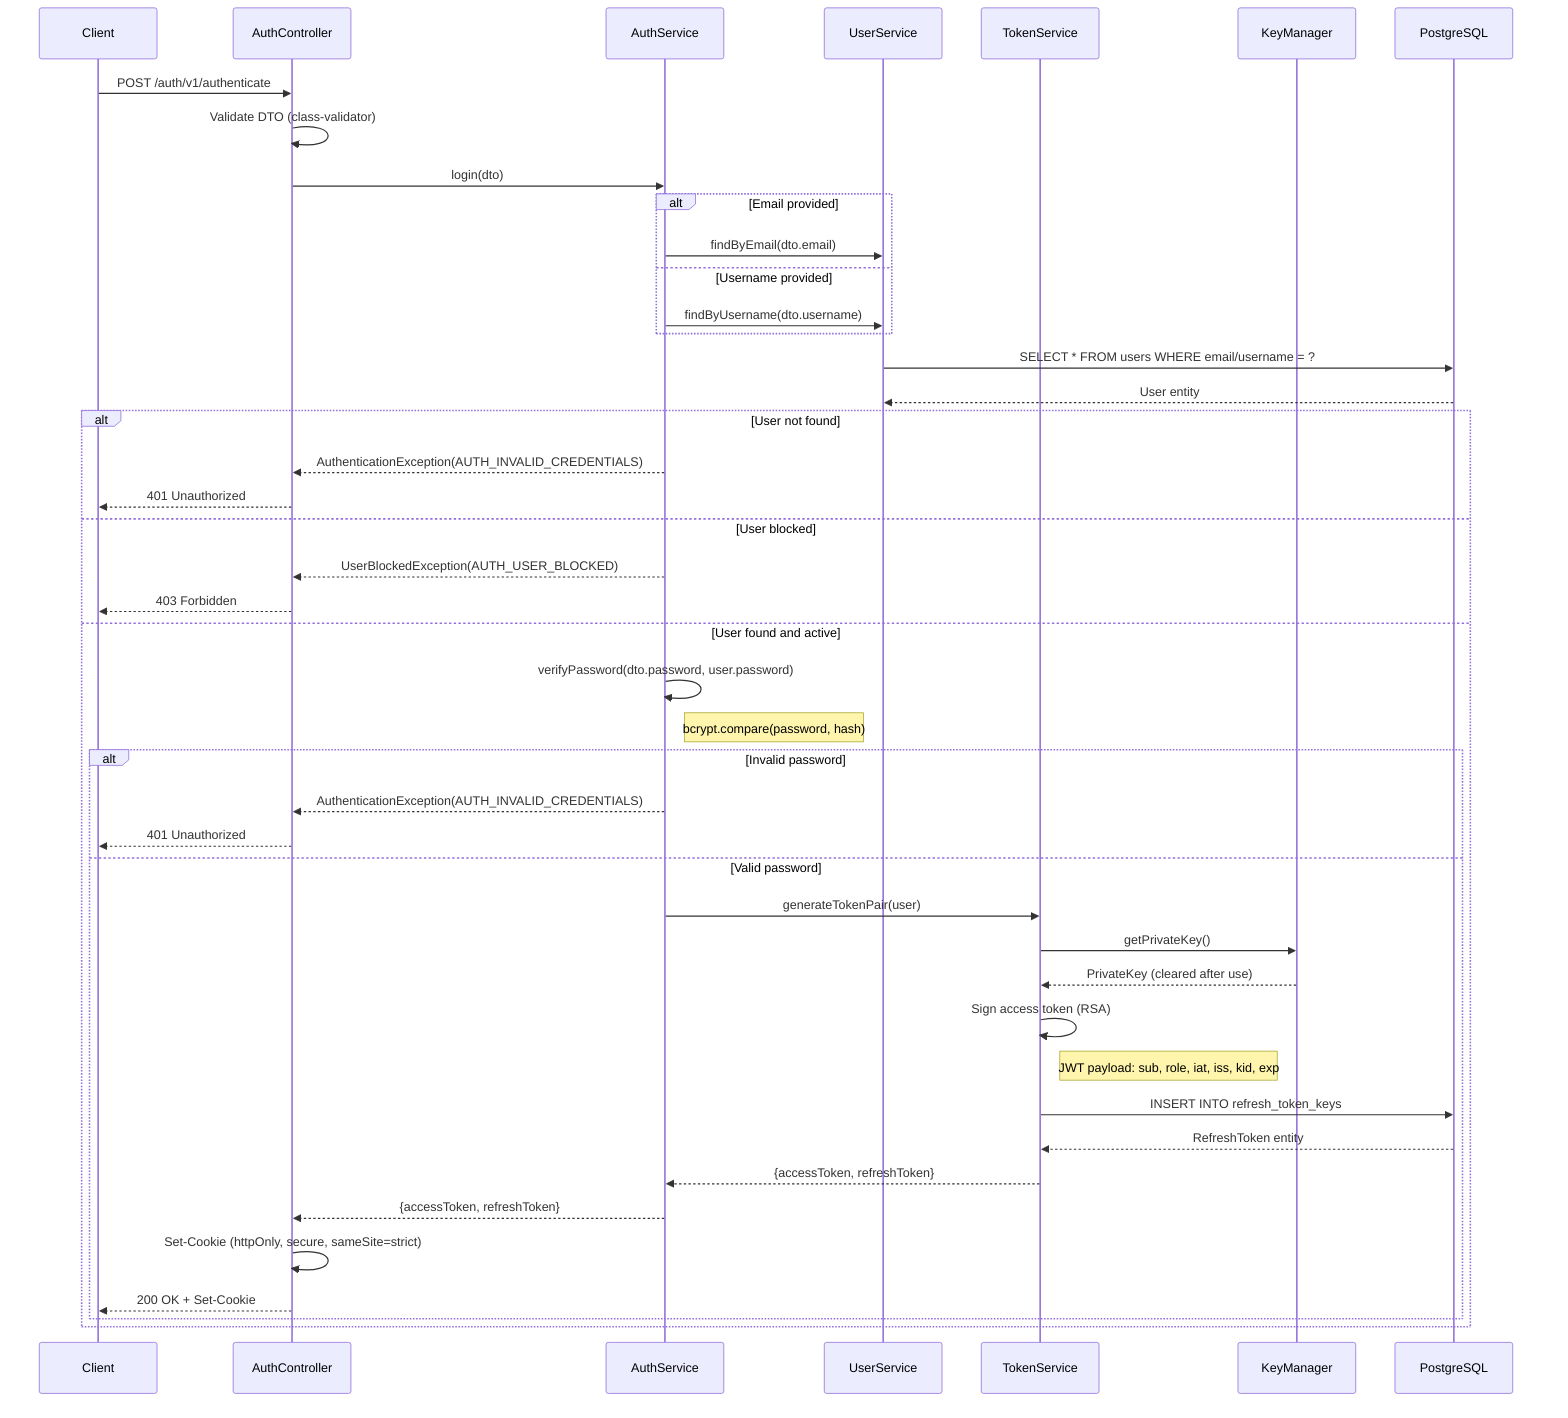
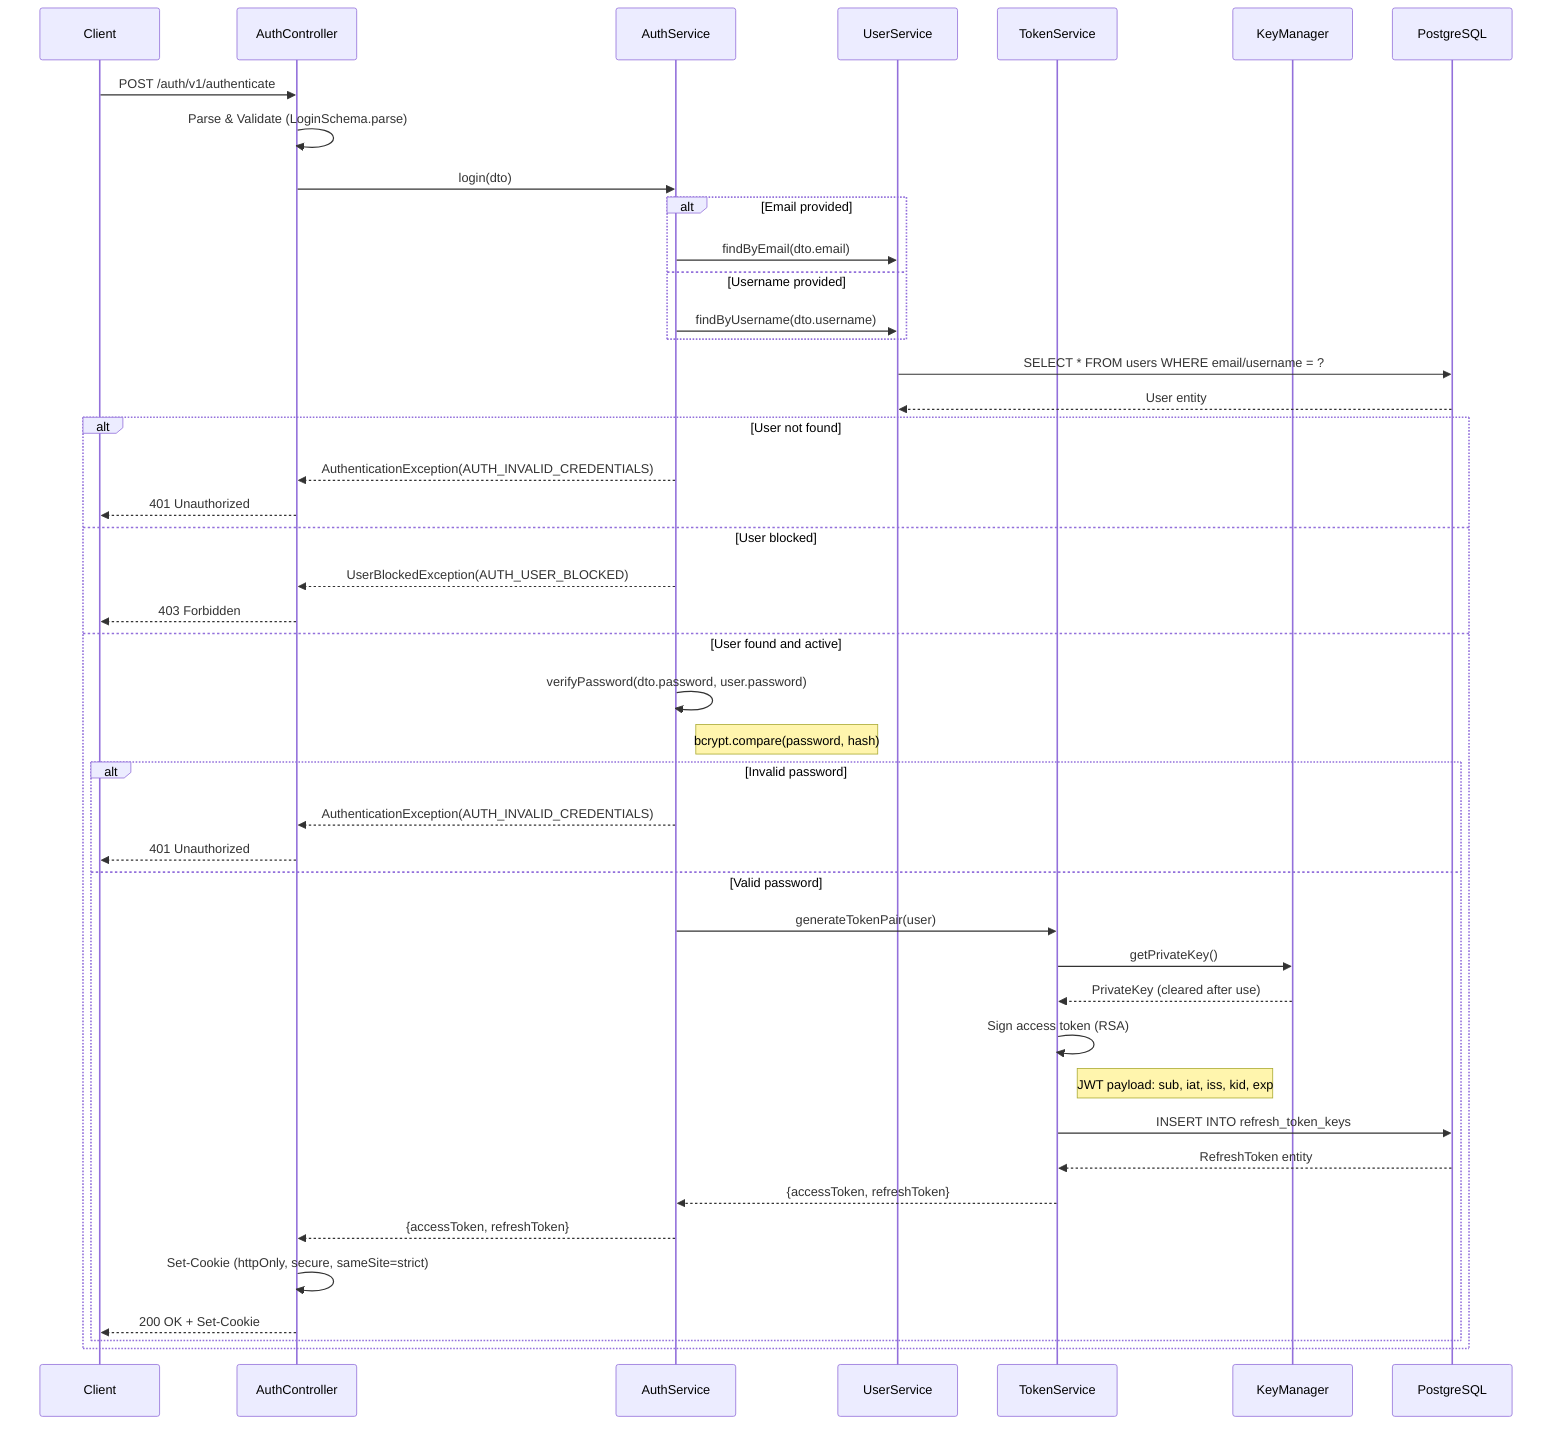
%% User Login Sequence
%% Maps to: FR-2, FR-5, FR-6, FR-13, FR-15

sequenceDiagram
    participant Client
    participant AuthController
    participant AuthService
    participant UserService
    participant TokenService
    participant KeyManager
    participant PostgreSQL

    Client->>AuthController: POST /auth/v1/authenticate
-     AuthController->>AuthController: Validate DTO (class-validator)
+     AuthController->>AuthController: Parse & Validate (LoginSchema.parse)

    AuthController->>AuthService: login(dto)

    alt Email provided
        AuthService->>UserService: findByEmail(dto.email)
    else Username provided
        AuthService->>UserService: findByUsername(dto.username)
    end

    UserService->>PostgreSQL: SELECT * FROM users WHERE email/username = ?
    PostgreSQL-->>UserService: User entity

    alt User not found
        AuthService-->>AuthController: AuthenticationException(AUTH_INVALID_CREDENTIALS)
        AuthController-->>Client: 401 Unauthorized
    else User blocked
        AuthService-->>AuthController: UserBlockedException(AUTH_USER_BLOCKED)
        AuthController-->>Client: 403 Forbidden
    else User found and active
        AuthService->>AuthService: verifyPassword(dto.password, user.password)
        Note right of AuthService: bcrypt.compare(password, hash)

        alt Invalid password
            AuthService-->>AuthController: AuthenticationException(AUTH_INVALID_CREDENTIALS)
            AuthController-->>Client: 401 Unauthorized
        else Valid password
            AuthService->>TokenService: generateTokenPair(user)
            TokenService->>KeyManager: getPrivateKey()
            KeyManager-->>TokenService: PrivateKey (cleared after use)

            TokenService->>TokenService: Sign access token (RSA)
-             Note right of TokenService: JWT payload: sub, role, iat, iss, kid, exp
+             Note right of TokenService: JWT payload: sub, iat, iss, kid, exp

            TokenService->>PostgreSQL: INSERT INTO refresh_token_keys
            PostgreSQL-->>TokenService: RefreshToken entity

            TokenService-->>AuthService: {accessToken, refreshToken}
            AuthService-->>AuthController: {accessToken, refreshToken}

            AuthController->>AuthController: Set-Cookie (httpOnly, secure, sameSite=strict)
            AuthController-->>Client: 200 OK + Set-Cookie
        end
    end
